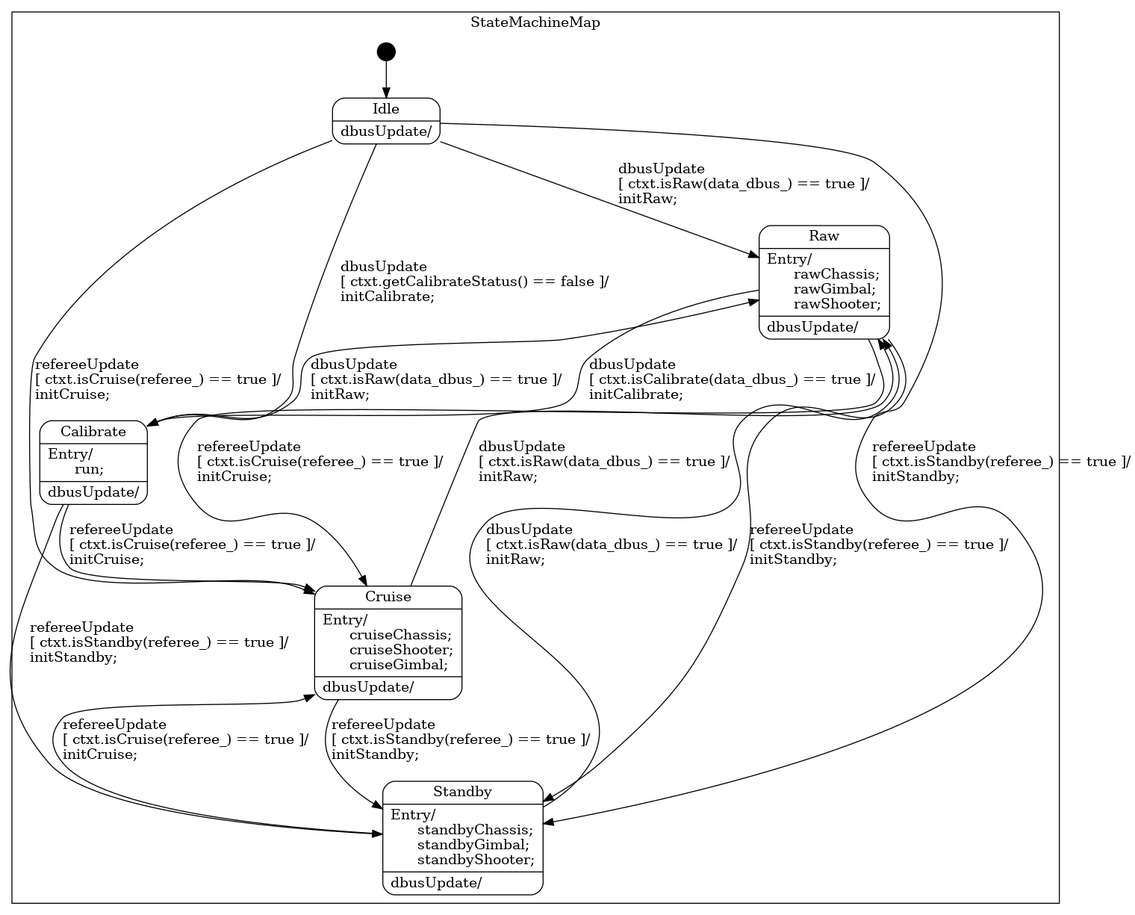
Before: state_machine/StateMachine_sm.png, a diagram exported from Graphviz (rm-controls/rm_fsm). Its source is kept beside it as state_machine/StateMachine_sm.dot.
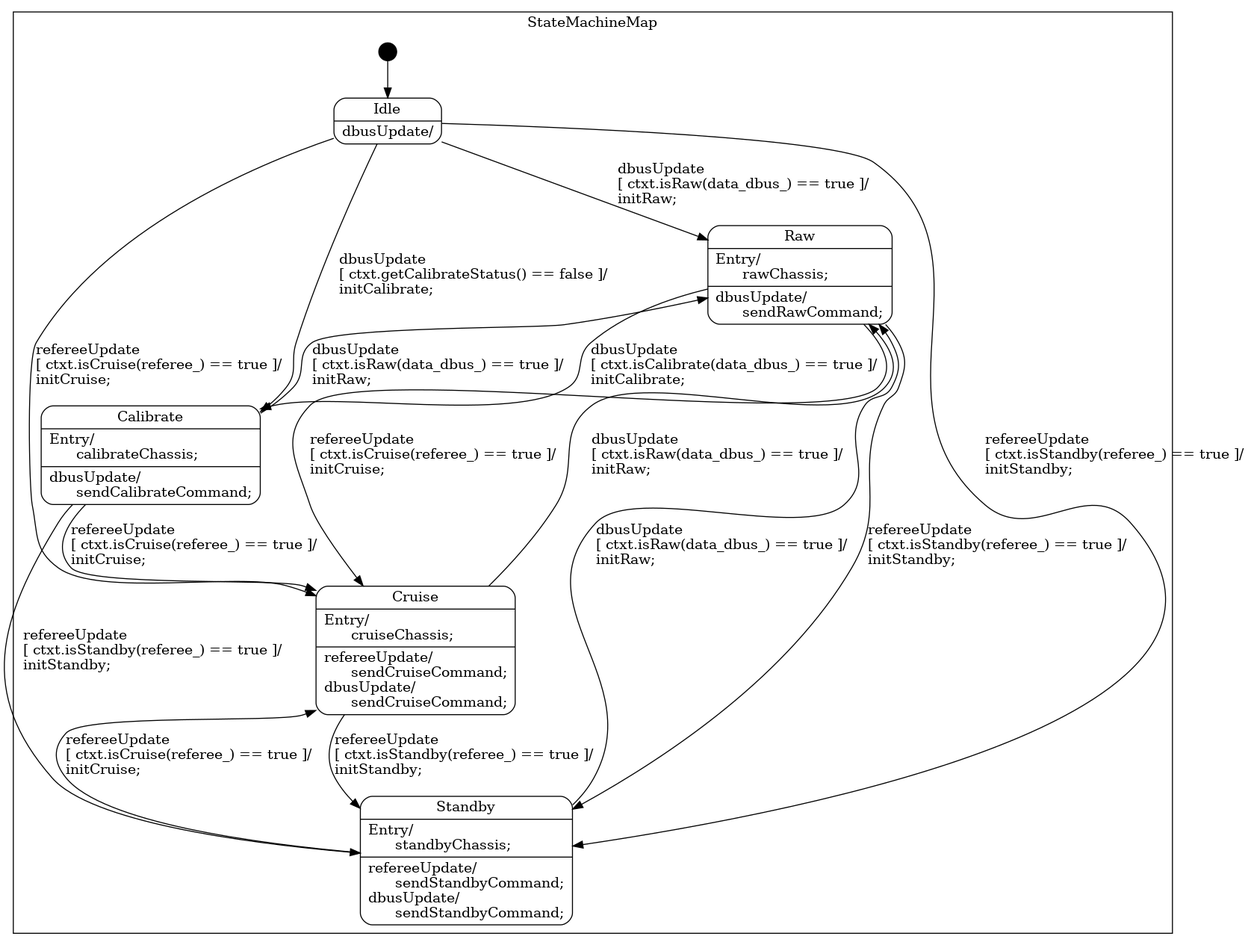
Above is the later version.

Commit message:
Add sencommand function in nil state

The edit, as a diff of the source:
```diff
@@ -12,16 +12,16 @@
             [label="{Idle|dbusUpdate/\l}"];
 
         "StateMachineMap::Raw"
-            [label="{Raw|Entry/\l&nbsp;&nbsp;&nbsp;rawChassis;\l&nbsp;&nbsp;&nbsp;rawGimbal;\l&nbsp;&nbsp;&nbsp;rawShooter;\l|dbusUpdate/\l}"];
+            [label="{Raw|Entry/\l&nbsp;&nbsp;&nbsp;rawChassis;\l|dbusUpdate/\l&nbsp;&nbsp;&nbsp;sendRawCommand;\l}"];
 
         "StateMachineMap::Calibrate"
-            [label="{Calibrate|Entry/\l&nbsp;&nbsp;&nbsp;run;\l|dbusUpdate/\l}"];
+            [label="{Calibrate|Entry/\l&nbsp;&nbsp;&nbsp;calibrateChassis;\l|dbusUpdate/\l&nbsp;&nbsp;&nbsp;sendCalibrateCommand;\l}"];
 
         "StateMachineMap::Standby"
-            [label="{Standby|Entry/\l&nbsp;&nbsp;&nbsp;standbyChassis;\l&nbsp;&nbsp;&nbsp;standbyGimbal;\l&nbsp;&nbsp;&nbsp;standbyShooter;\l|dbusUpdate/\l}"];
+            [label="{Standby|Entry/\l&nbsp;&nbsp;&nbsp;standbyChassis;\l|refereeUpdate/\l&nbsp;&nbsp;&nbsp;sendStandbyCommand;\ldbusUpdate/\l&nbsp;&nbsp;&nbsp;sendStandbyCommand;\l}"];
 
         "StateMachineMap::Cruise"
-            [label="{Cruise|Entry/\l&nbsp;&nbsp;&nbsp;cruiseChassis;\l&nbsp;&nbsp;&nbsp;cruiseShooter;\l&nbsp;&nbsp;&nbsp;cruiseGimbal;\l|dbusUpdate/\l}"];
+            [label="{Cruise|Entry/\l&nbsp;&nbsp;&nbsp;cruiseChassis;\l|refereeUpdate/\l&nbsp;&nbsp;&nbsp;sendCruiseCommand;\ldbusUpdate/\l&nbsp;&nbsp;&nbsp;sendCruiseCommand;\l}"];
 
         "%start"
             [label="" shape=circle style=filled fillcolor=black width=0.25];
```
